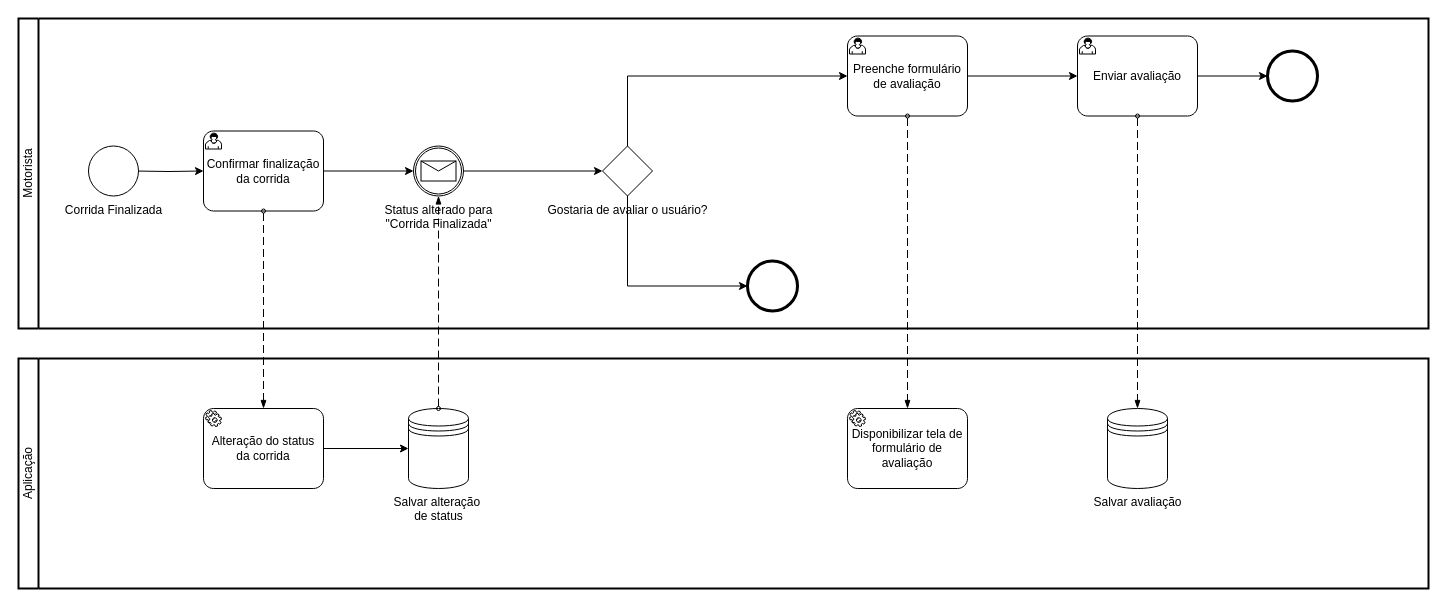
The draw.io diagram page "Avaliações Motorista" (7 of 8) of Untitled Diagram.drawio in ICEI-PUC-Minas-PMV-ADS/Pet-s-Car, before the edit. Source tidied: cells renumbered, new cells numbered last; positions are measured from the earlier drawing's top-left corner, leaving out a move shared by most shapes. Both pictures are drawn from the tidied source at 100%, with x=0, y=0 at pixel (18, 18).
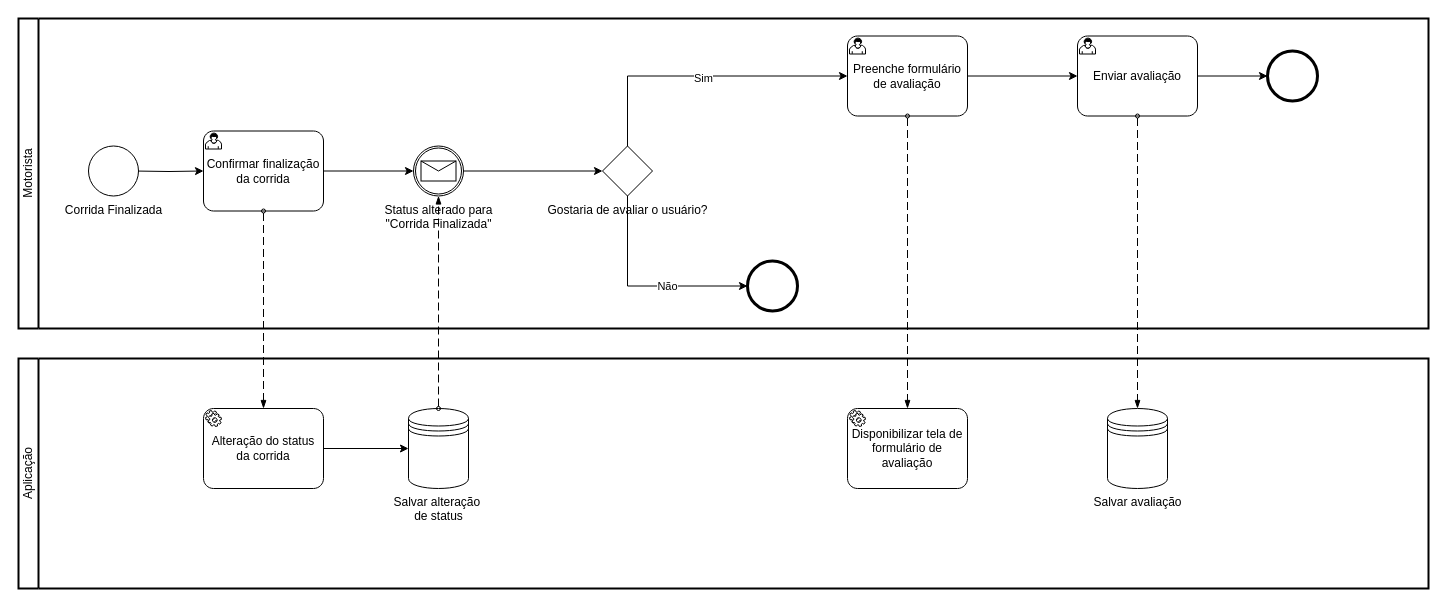
The same diagram, later.

Unchanged cells that the change refers to:
```xml
<mxCell id="15" style="edgeStyle=orthogonalEdgeStyle;rounded=0;jettySize=auto;html=1;exitX=0.5;exitY=0;exitDx=0;exitDy=0;exitPerimeter=0;entryX=0;entryY=0.5;entryDx=0;entryDy=0;entryPerimeter=0;" parent="8" edge="1" source="12" target="14">
  <mxGeometry relative="1" as="geometry" />
</mxCell>
<mxCell id="17" style="edgeStyle=orthogonalEdgeStyle;rounded=0;jettySize=auto;html=1;exitX=0.5;exitY=1;exitDx=0;exitDy=0;exitPerimeter=0;entryX=0;entryY=0.5;entryDx=0;entryDy=0;entryPerimeter=0;" parent="8" edge="1" source="12" target="16">
  <mxGeometry relative="1" as="geometry" />
</mxCell>
```

Change to the diagram source:
```diff
@@
+    <mxCell id="28" value="Sim" style="edgeLabel;html=1;align=center;verticalAlign=middle;" parent="15" vertex="1">
+      <mxGeometry y="-1" relative="1" as="geometry">
+        <mxPoint y="1" as="offset" />
+      </mxGeometry>
+    </mxCell>
@@
+    <mxCell id="29" value="Não" style="edgeLabel;html=1;align=center;verticalAlign=middle;" parent="17" vertex="1">
+      <mxGeometry x="0.23" y="1" relative="1" as="geometry">
+        <mxPoint y="1" as="offset" />
+      </mxGeometry>
+    </mxCell>
```
